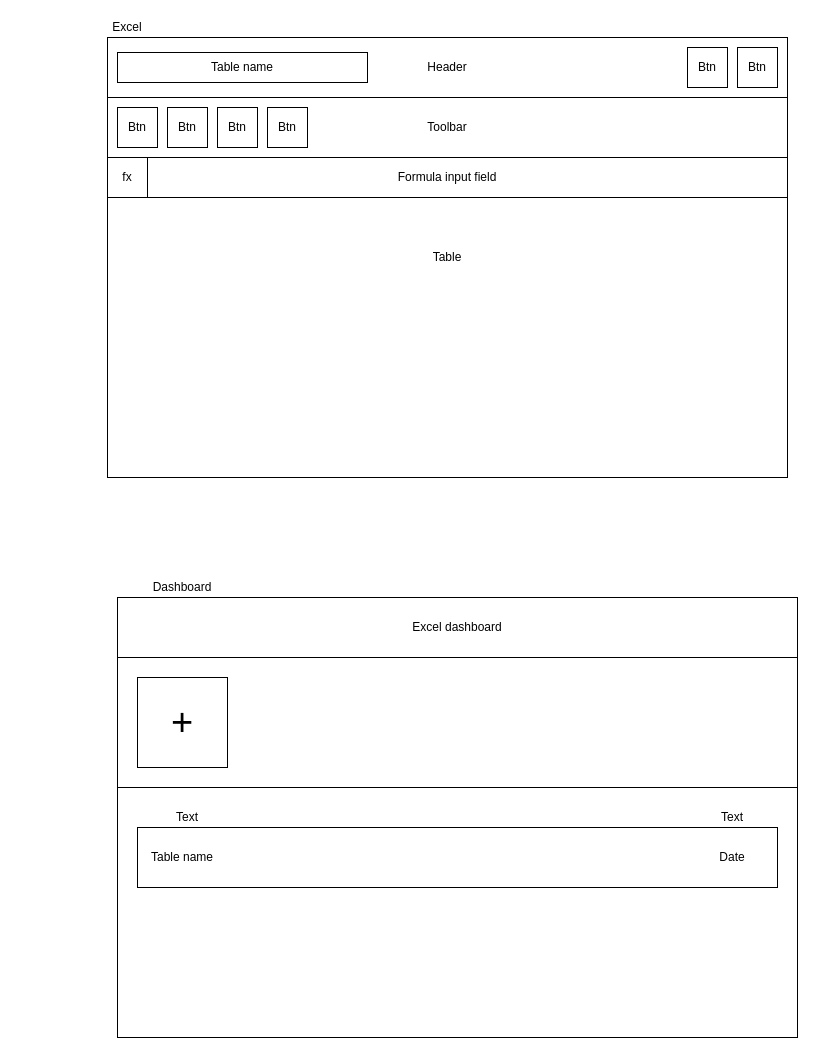
makarovol3g/excel-course keeps this draw.io diagram as layout.drawio. Above is the earlier version. Source tidied: cells renumbered, new cells numbered last; positions are measured from the earlier drawing's top-left corner, leaving out a move shared by most shapes. Both pictures are drawn from the tidied source at 100%, with x=0, y=0 at pixel (107, 17).
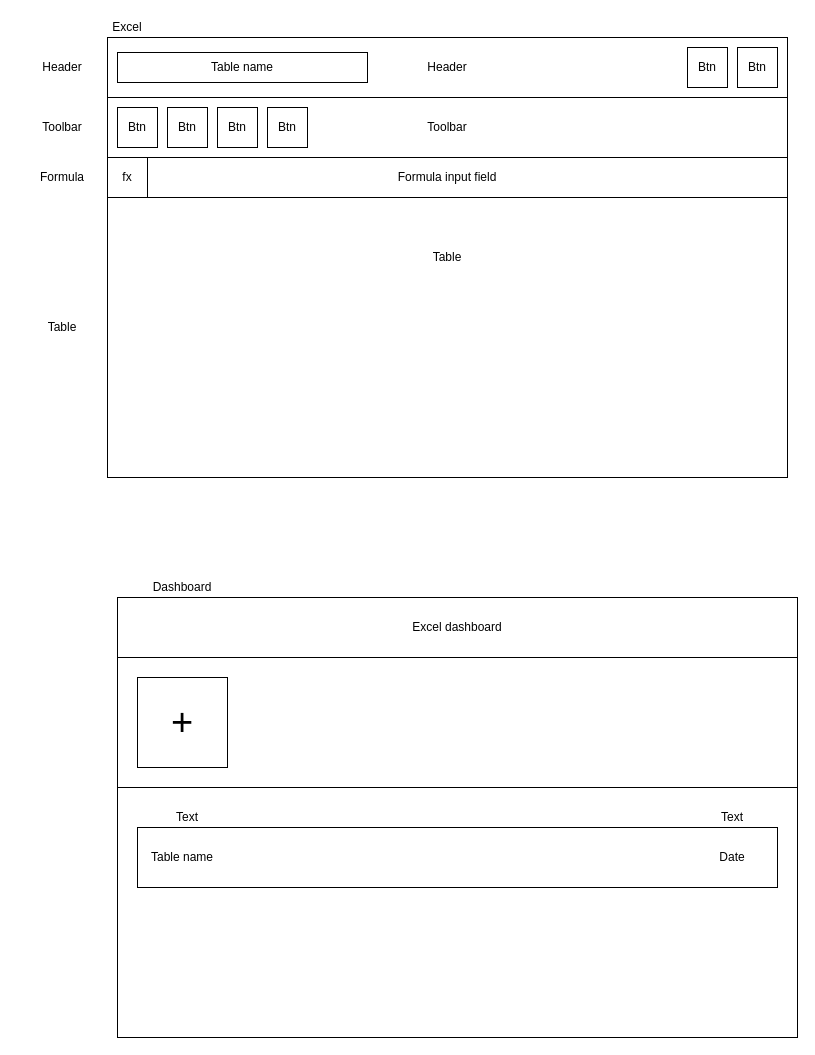
After the change.

Diff of the diagram source:
```diff
@@
+    <mxCell id="25" value="Header" style="text;html=1;strokeColor=none;fillColor=none;align=center;verticalAlign=middle;whiteSpace=wrap;rounded=0;" parent="1" vertex="1">
+      <mxGeometry x="-90" y="40" width="90" height="20" as="geometry" />
+    </mxCell>
+    <mxCell id="26" value="Toolbar" style="text;html=1;strokeColor=none;fillColor=none;align=center;verticalAlign=middle;whiteSpace=wrap;rounded=0;" parent="1" vertex="1">
+      <mxGeometry x="-90" y="100" width="90" height="20" as="geometry" />
+    </mxCell>
+    <mxCell id="27" value="Formula" style="text;html=1;strokeColor=none;fillColor=none;align=center;verticalAlign=middle;whiteSpace=wrap;rounded=0;" parent="1" vertex="1">
+      <mxGeometry x="-90" y="150" width="90" height="20" as="geometry" />
+    </mxCell>
+    <mxCell id="28" value="Table" style="text;html=1;strokeColor=none;fillColor=none;align=center;verticalAlign=middle;whiteSpace=wrap;rounded=0;" parent="1" vertex="1">
+      <mxGeometry x="-90" y="300" width="90" height="20" as="geometry" />
+    </mxCell>
```
